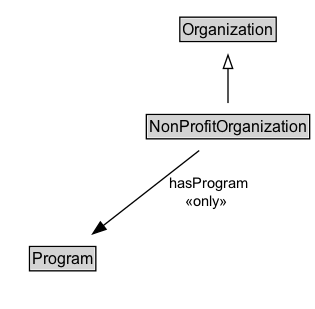
Before: docs/diagrams/NonProfitOrganization.dot.png, a diagram exported from Graphviz (ISO-TC204/ontology-cdm-p2-v1). Its source is kept beside it as docs/diagrams/NonProfitOrganization.dot.
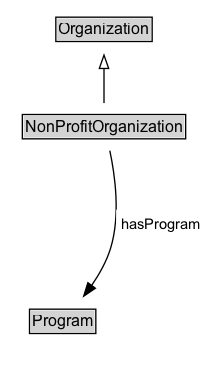
Later version of the same file.

The edit, as a diff of the source:
```diff
@@ -3,18 +3,21 @@
 	node [fontname=Arial fontsize=12 margin=0 shape=none]
 	edge [fontname=Arial fontsize=11]
 	{
+		rank=source
+		Organization [label=<<TABLE BORDER="1" CELLBORDER="0" CELLSPACING="0" CELLPADDING="1"><TR><TD BGCOLOR="lightgray" ALIGN="CENTER">Organization</TD></TR></TABLE>> URL="../Organization" margin=0]
+	}
+	NonProfitOrganization [label=<<TABLE BORDER="1" CELLBORDER="0" CELLSPACING="0" CELLPADDING="1"><TR><TD BGCOLOR="lightgray" ALIGN="CENTER">NonProfitOrganization</TD></TR></TABLE>> URL="../NonProfitOrganization" margin=0]
+	{
 		rank=max
-		NonProfitOrganization [label=<<TABLE BORDER="1" CELLBORDER="0" CELLSPACING="0" CELLPADDING="1"><TR><TD BGCOLOR="lightgray" ALIGN="CENTER" PORT="e">NonProfitOrganization</TD></TR></TABLE>> URL="../NonProfitOrganization.md" margin=0]
 	}
 	subgraph cluster_associated {
 		label="" style=invis
 		Invis [label=<<TABLE BORDER="0" CELLBORDER="0" CELLSPACING="0" CELLPADDING="1"><TR><TD></TD></TR></TABLE>> margin=0 style=invis]
-		Program [label=<<TABLE BORDER="1" CELLBORDER="0" CELLSPACING="0" CELLPADDING="1"><TR><TD BGCOLOR="lightgray" ALIGN="CENTER">Program</TD></TR></TABLE>> URL="../Program.md" margin=0]
+		Program [label=<<TABLE BORDER="1" CELLBORDER="0" CELLSPACING="0" CELLPADDING="1"><TR><TD BGCOLOR="lightgray" ALIGN="CENTER">Program</TD></TR></TABLE>> URL="../Program" margin=0]
 	}
-	Organization [label=<<TABLE BORDER="1" CELLBORDER="0" CELLSPACING="0" CELLPADDING="1"><TR><TD BGCOLOR="lightgray" ALIGN="CENTER">Organization</TD></TR></TABLE>> URL="../Organization.md" margin=0]
 	NonProfitOrganization -> Organization [arrowhead=onormal style=solid]
 	NonProfitOrganization -> Invis [style=invis]
 	Invis -> Program [style=invis]
-	NonProfitOrganization -> Program [label=" hasProgram
- «only»  " arrowhead=normal style=solid]
+	Program [label=<<TABLE BORDER="1" CELLBORDER="0" CELLSPACING="0" CELLPADDING="1"><TR><TD BGCOLOR="lightgray" ALIGN="CENTER">Program</TD></TR></TABLE>> URL="../Program" margin=0]
+	NonProfitOrganization -> Program [label=<<TABLE BORDER="0" CELLBORDER="0" CELLSPACING="0" CELLPADDING="4" BGCOLOR="white"><TR><TD ALIGN="CENTER">hasProgram</TD></TR></TABLE>> arrowhead=normal style=solid]
 }
```
